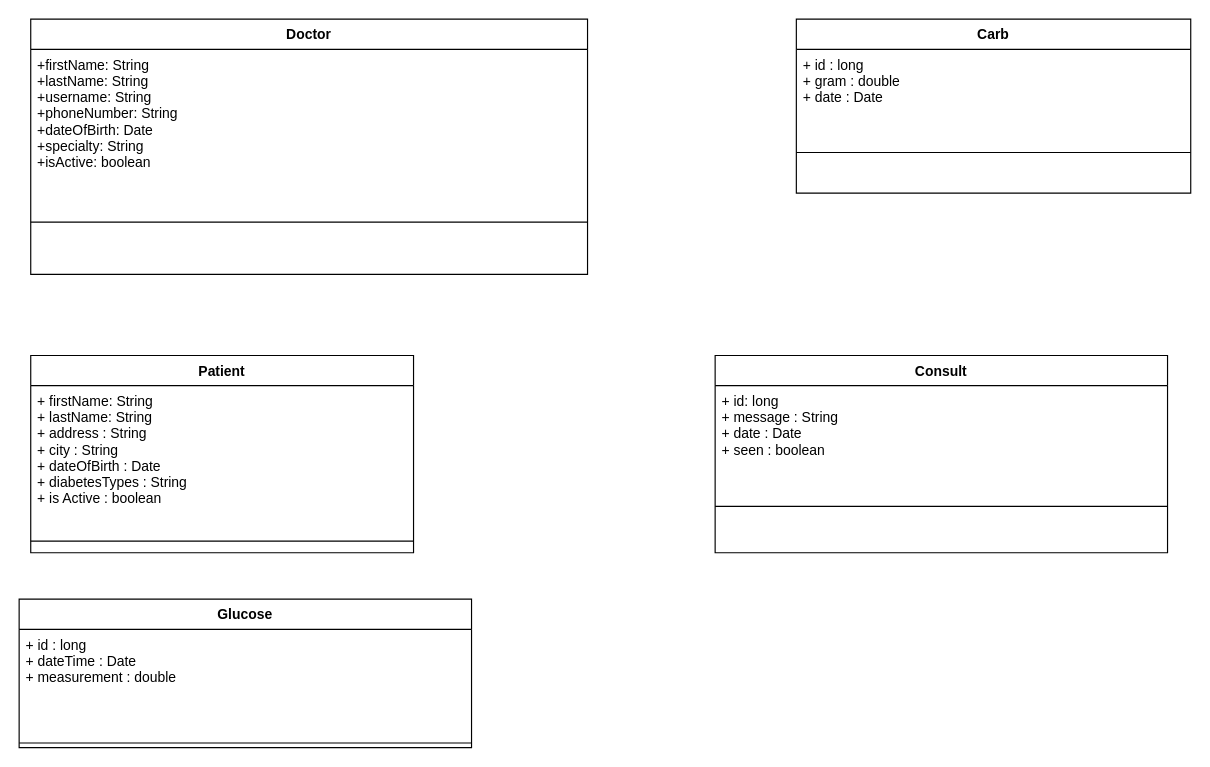
Earlier version of the draw.io diagram Ανώνυμο διάγραμμα.drawio (gravasch/Sacchon). Source tidied: cells renumbered, new cells numbered last; positions are measured from the earlier drawing's top-left corner, leaving out a move shared by most shapes. Both pictures are drawn from the tidied source at 116%, with x=0, y=0 at pixel (19, 19).
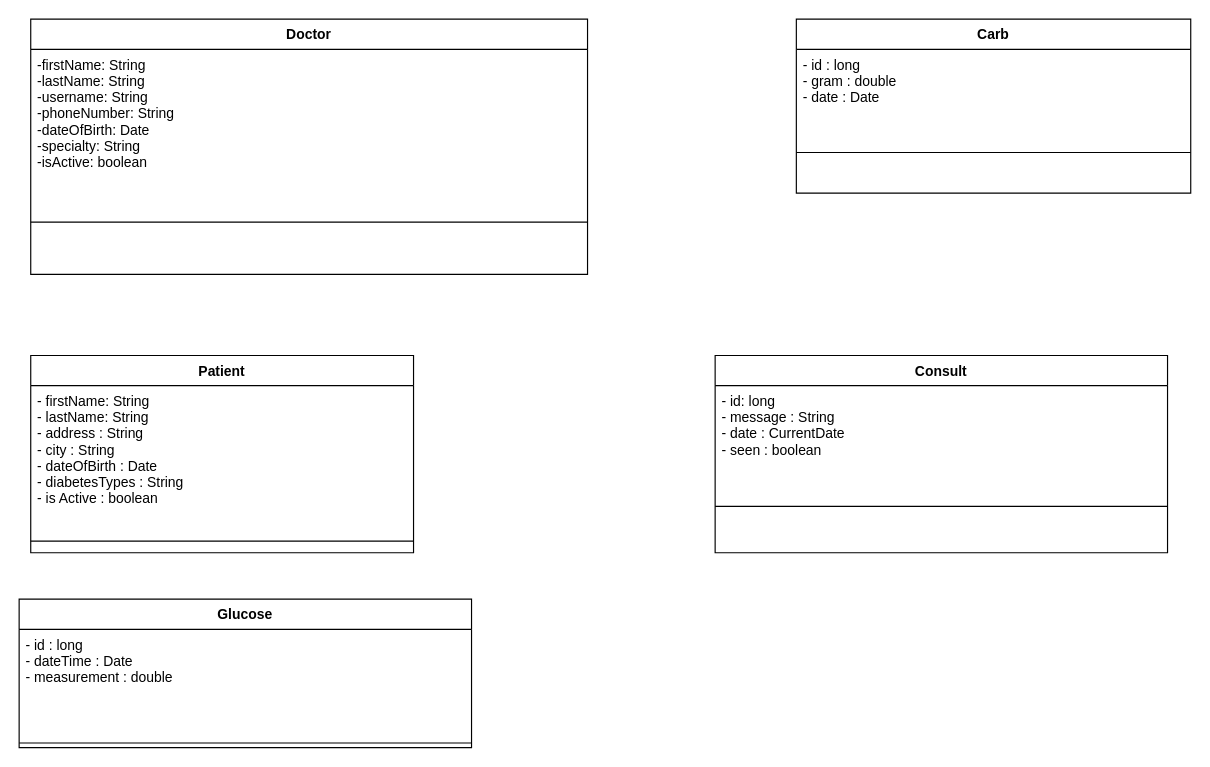
The same page after the edit.

The edit, as a diff of the source:
```diff
@@
 <mxGraphModel>
   <root>
     <mxCell id="0" />
     <mxCell id="1" parent="0" />
     <mxCell id="2" value="Doctor" style="swimlane;fontStyle=1;align=center;verticalAlign=top;horizontal=1;startSize=26;" parent="1" vertex="1">
       <mxGeometry x="10" width="480" height="220" as="geometry" />
     </mxCell>
-    <mxCell id="3" value="+firstName: String&#10;+lastName: String&#10;+username: String&#10;+phoneNumber: String&#10;+dateOfBirth: Date&#10;+specialty: String&#10;+isActive: boolean&#10;&#10;&#10;&#10;&#10;" style="text;strokeColor=none;fillColor=none;align=left;verticalAlign=top;spacingLeft=4;spacingRight=4;overflow=hidden;" parent="2" vertex="1">
+    <mxCell id="3" value="-firstName: String&#10;-lastName: String&#10;-username: String&#10;-phoneNumber: String&#10;-dateOfBirth: Date&#10;-specialty: String&#10;-isActive: boolean&#10;&#10;&#10;&#10;&#10;" style="text;strokeColor=none;fillColor=none;align=left;verticalAlign=top;spacingLeft=4;spacingRight=4;overflow=hidden;" parent="2" vertex="1">
       <mxGeometry y="26" width="480" height="104" as="geometry" />
     </mxCell>
     <mxCell id="4" style="line;strokeWidth=1;fillColor=none;align=left;verticalAlign=middle;spacingTop=-1;spacingLeft=3;spacingRight=3;labelPosition=right;strokeColor=inherit;" parent="2" vertex="1">
       <mxGeometry y="130" width="480" height="90" as="geometry" />
     </mxCell>
     <mxCell id="5" value="Patient" style="swimlane;fontStyle=1;align=center;verticalAlign=top;horizontal=1;startSize=26;" parent="1" vertex="1">
       <mxGeometry x="10" y="290" width="330" height="170" as="geometry" />
     </mxCell>
-    <mxCell id="6" value="+ firstName: String&#10;+ lastName: String&#10;+ address : String&#10;+ city : String&#10;+ dateOfBirth : Date&#10;+ diabetesTypes : String &#10;+ is Active : boolean&#10;" style="text;strokeColor=none;fillColor=none;align=left;verticalAlign=top;spacingLeft=4;spacingRight=4;overflow=hidden;" parent="5" vertex="1">
+    <mxCell id="6" value="- firstName: String&#10;- lastName: String&#10;- address : String&#10;- city : String&#10;- dateOfBirth : Date&#10;- diabetesTypes : String &#10;- is Active : boolean&#10;" style="text;strokeColor=none;fillColor=none;align=left;verticalAlign=top;spacingLeft=4;spacingRight=4;overflow=hidden;" parent="5" vertex="1">
       <mxGeometry y="26" width="330" height="124" as="geometry" />
     </mxCell>
     <mxCell id="7" style="line;strokeWidth=1;fillColor=none;align=left;verticalAlign=middle;spacingTop=-1;spacingLeft=3;spacingRight=3;labelPosition=right;strokeColor=inherit;" parent="5" vertex="1">
       <mxGeometry y="150" width="330" height="20" as="geometry" />
     </mxCell>
     <mxCell id="8" value="Glucose" style="swimlane;fontStyle=1;align=center;verticalAlign=top;horizontal=1;startSize=26;" parent="1" vertex="1">
       <mxGeometry y="500" width="390" height="128" as="geometry" />
     </mxCell>
-    <mxCell id="9" value="+ id : long&#10;+ dateTime : Date&#10;+ measurement : double&#10;" style="text;strokeColor=none;fillColor=none;align=left;verticalAlign=top;spacingLeft=4;spacingRight=4;overflow=hidden;" parent="8" vertex="1">
+    <mxCell id="9" value="- id : long&#10;- dateTime : Date&#10;- measurement : double&#10;" style="text;strokeColor=none;fillColor=none;align=left;verticalAlign=top;spacingLeft=4;spacingRight=4;overflow=hidden;" parent="8" vertex="1">
       <mxGeometry y="26" width="390" height="94" as="geometry" />
     </mxCell>
     <mxCell id="10" style="line;strokeWidth=1;fillColor=none;align=left;verticalAlign=middle;spacingTop=-1;spacingLeft=3;spacingRight=3;labelPosition=right;strokeColor=inherit;" parent="8" vertex="1">
       <mxGeometry y="120" width="390" height="8" as="geometry" />
     </mxCell>
     <mxCell id="11" value="Carb" style="swimlane;fontStyle=1;align=center;verticalAlign=top;horizontal=1;startSize=26;" parent="1" vertex="1">
       <mxGeometry x="670" width="340" height="150" as="geometry" />
     </mxCell>
-    <mxCell id="12" value="+ id : long&#10;+ gram : double&#10;+ date : Date&#10;" style="text;strokeColor=none;fillColor=none;align=left;verticalAlign=top;spacingLeft=4;spacingRight=4;overflow=hidden;" parent="11" vertex="1">
+    <mxCell id="12" value="- id : long&#10;- gram : double&#10;- date : Date&#10;" style="text;strokeColor=none;fillColor=none;align=left;verticalAlign=top;spacingLeft=4;spacingRight=4;overflow=hidden;" parent="11" vertex="1">
       <mxGeometry y="26" width="340" height="54" as="geometry" />
     </mxCell>
     <mxCell id="13" style="line;strokeWidth=1;fillColor=none;align=left;verticalAlign=middle;spacingTop=-1;spacingLeft=3;spacingRight=3;labelPosition=right;strokeColor=inherit;" parent="11" vertex="1">
       <mxGeometry y="80" width="340" height="70" as="geometry" />
     </mxCell>
     <mxCell id="14" value="Consult" style="swimlane;fontStyle=1;align=center;verticalAlign=top;horizontal=1;startSize=26;" parent="1" vertex="1">
       <mxGeometry x="600" y="290" width="390" height="170" as="geometry" />
     </mxCell>
-    <mxCell id="15" value="+ id: long&#10;+ message : String&#10;+ date : Date&#10;+ seen : boolean&#10;" style="text;strokeColor=none;fillColor=none;align=left;verticalAlign=top;spacingLeft=4;spacingRight=4;overflow=hidden;" parent="14" vertex="1">
+    <mxCell id="15" value="- id: long&#10;- message : String&#10;- date : CurrentDate&#10;- seen : boolean&#10;" style="text;strokeColor=none;fillColor=none;align=left;verticalAlign=top;spacingLeft=4;spacingRight=4;overflow=hidden;" parent="14" vertex="1">
       <mxGeometry y="26" width="390" height="64" as="geometry" />
     </mxCell>
     <mxCell id="16" style="line;strokeWidth=1;fillColor=none;align=left;verticalAlign=middle;spacingTop=-1;spacingLeft=3;spacingRight=3;labelPosition=right;strokeColor=inherit;" parent="14" vertex="1">
       <mxGeometry y="90" width="390" height="80" as="geometry" />
     </mxCell>
   </root>
 </mxGraphModel>
```
